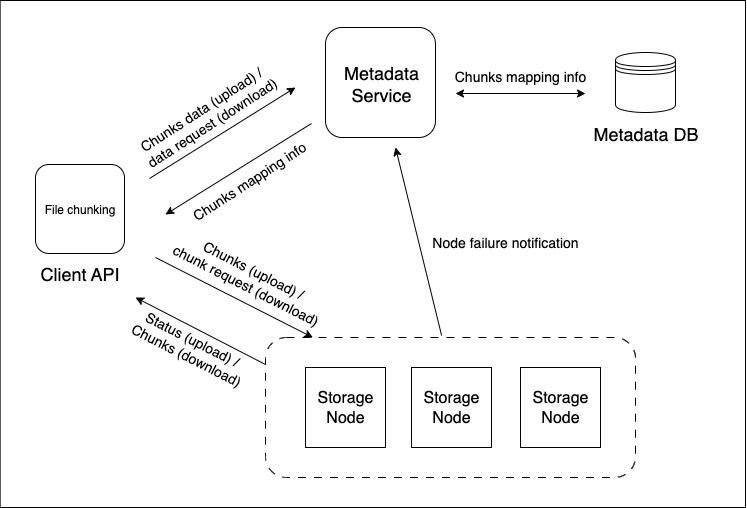
The draw.io diagram docs/Architecture diagram.png in romainyvernes/nimbus-store, before a commit. Source tidied: cells renumbered, new cells last; positions are measured from the earlier drawing's top-left corner, leaving out a move shared by most shapes.
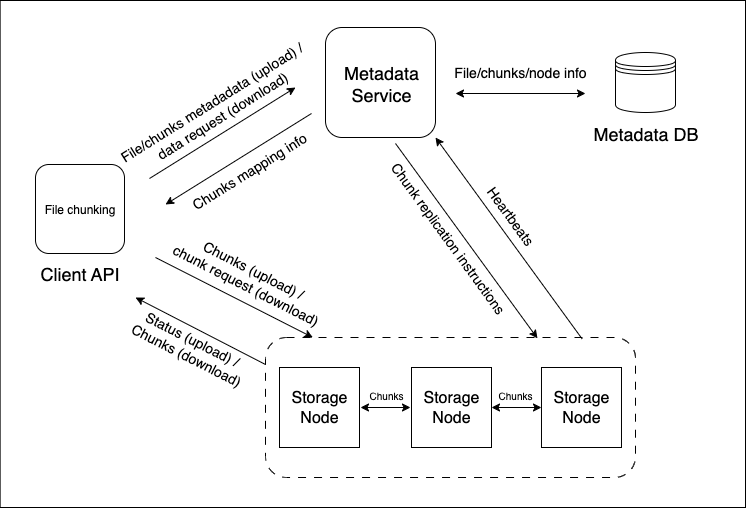
After the commit.

Commit message:
Update architecture diagram

Change to the diagram source:
```diff
@@ -8,8 +8,8 @@
     <mxCell id="3" style="rounded=1;whiteSpace=wrap;html=1;dashed=1;dashPattern=8 8;" parent="1" vertex="1">
       <mxGeometry x="265" y="337" width="370" height="140" as="geometry" />
     </mxCell>
-    <mxCell id="4" value="&lt;font style=&quot;font-size: 14px;&quot;&gt;Chunks data (upload) /&amp;nbsp;&lt;/font&gt;&lt;div&gt;&lt;font style=&quot;font-size: 14px;&quot;&gt;data request (download)&lt;/font&gt;&lt;/div&gt;" style="text;html=1;align=center;verticalAlign=middle;whiteSpace=wrap;rounded=0;rotation=-33;" parent="1" vertex="1">
-      <mxGeometry x="119.6" y="95" width="174.3" height="40" as="geometry" />
+    <mxCell id="4" value="&lt;font style=&quot;font-size: 14px;&quot;&gt;File/chunks metadadata (upload) /&amp;nbsp;&lt;/font&gt;&lt;div&gt;&lt;font style=&quot;font-size: 14px;&quot;&gt;data request (download)&lt;/font&gt;&lt;/div&gt;" style="text;html=1;align=center;verticalAlign=middle;whiteSpace=wrap;rounded=0;rotation=328;" parent="1" vertex="1">
+      <mxGeometry x="104.5" y="88.1" width="225.4" height="40" as="geometry" />
     </mxCell>
     <mxCell id="5" style="endArrow=classic;html=1;rounded=0;startArrow=none;startFill=0;" parent="1" edge="1">
       <mxGeometry relative="1" as="geometry">
@@ -19,12 +19,12 @@
     </mxCell>
     <mxCell id="6" style="endArrow=none;html=1;rounded=0;startArrow=classic;startFill=1;endFill=0;" parent="1" edge="1">
       <mxGeometry relative="1" as="geometry">
-        <mxPoint x="165" y="214" as="sourcePoint" />
-        <mxPoint x="311" y="123" as="targetPoint" />
+        <mxPoint x="165" y="204" as="sourcePoint" />
+        <mxPoint x="311" y="113" as="targetPoint" />
       </mxGeometry>
     </mxCell>
-    <mxCell id="7" value="&lt;font style=&quot;font-size: 14px;&quot;&gt;Chunks mapping info&lt;/font&gt;" style="text;html=1;align=center;verticalAlign=middle;whiteSpace=wrap;rounded=0;rotation=-33;" parent="1" vertex="1">
-      <mxGeometry x="180" y="160.6" width="138" height="40" as="geometry" />
+    <mxCell id="7" value="&lt;font style=&quot;font-size: 14px;&quot;&gt;Chunks mapping info&lt;/font&gt;" style="text;html=1;align=center;verticalAlign=middle;whiteSpace=wrap;rounded=0;rotation=328;" parent="1" vertex="1">
+      <mxGeometry x="180" y="150.6" width="138" height="40" as="geometry" />
     </mxCell>
     <mxCell id="8" style="endArrow=classic;html=1;rounded=0;startArrow=classic;startFill=1;" parent="1" edge="1">
       <mxGeometry relative="1" as="geometry">
@@ -32,8 +32,8 @@
         <mxPoint x="585" y="93" as="targetPoint" />
       </mxGeometry>
     </mxCell>
-    <mxCell id="9" value="&lt;font style=&quot;font-size: 14px;&quot;&gt;Chunks mapping info&lt;/font&gt;" style="text;html=1;align=center;verticalAlign=middle;whiteSpace=wrap;rounded=0;rotation=0;" parent="1" vertex="1">
-      <mxGeometry x="451" y="60" width="138" height="31" as="geometry" />
+    <mxCell id="9" value="&lt;span style=&quot;font-size: 14px;&quot;&gt;File/chunks/node info&lt;/span&gt;" style="text;html=1;align=center;verticalAlign=middle;whiteSpace=wrap;rounded=0;rotation=0;" parent="1" vertex="1">
+      <mxGeometry x="451" y="56" width="138" height="31" as="geometry" />
     </mxCell>
     <mxCell id="10" style="endArrow=classic;html=1;rounded=0;startArrow=none;startFill=0;endFill=1;" parent="1" edge="1" target="3">
       <mxGeometry relative="1" as="geometry">
@@ -41,7 +41,7 @@
       </mxGeometry>
     </mxCell>
     <mxCell id="11" style="group;" parent="1" vertex="1">
-      <mxGeometry x="305" y="367" width="80" height="80" as="geometry" />
+      <mxGeometry x="279" y="367" width="80" height="80" as="geometry" />
     </mxCell>
     <mxCell id="12" style="whiteSpace=wrap;html=1;" parent="11" vertex="1">
       <mxGeometry width="80" height="80" as="geometry" />
@@ -59,7 +59,7 @@
       <mxGeometry y="10" width="80" height="60" as="geometry" />
     </mxCell>
     <mxCell id="17" style="group;" parent="1" vertex="1">
-      <mxGeometry x="520" y="367" width="80" height="80" as="geometry" />
+      <mxGeometry x="541" y="367" width="80" height="80" as="geometry" />
     </mxCell>
     <mxCell id="18" style="whiteSpace=wrap;html=1;" parent="17" vertex="1">
       <mxGeometry width="80" height="80" as="geometry" />
@@ -103,13 +103,36 @@
     <mxCell id="31" value="&lt;font style=&quot;font-size: 14px;&quot;&gt;Status (upload) /&amp;nbsp;&lt;/font&gt;&lt;div&gt;&lt;font style=&quot;font-size: 14px;&quot;&gt;Chunks (download)&lt;/font&gt;&lt;/div&gt;" style="text;html=1;align=center;verticalAlign=middle;whiteSpace=wrap;rounded=0;rotation=27;" parent="1" vertex="1">
       <mxGeometry x="119.6" y="327" width="140" height="40" as="geometry" />
     </mxCell>
-    <mxCell id="32" style="endArrow=classic;html=1;rounded=0;exitX=0.476;exitY=-0.014;exitDx=0;exitDy=0;exitPerimeter=0;" parent="1" edge="1" source="3">
+    <mxCell id="32" style="endArrow=classic;html=1;rounded=0;exitX=0.856;exitY=0.011;exitDx=0;exitDy=0;exitPerimeter=0;" parent="1" edge="1" source="3">
       <mxGeometry relative="1" as="geometry">
-        <mxPoint x="395" y="147" as="targetPoint" />
+        <mxPoint x="435" y="137" as="targetPoint" />
       </mxGeometry>
     </mxCell>
-    <mxCell id="33" value="Node failure notification" style="text;html=1;align=center;verticalAlign=middle;whiteSpace=wrap;rounded=0;fontSize=14;" parent="1" vertex="1">
-      <mxGeometry x="425" y="227" width="160" height="30" as="geometry" />
+    <mxCell id="33" value="Heartbeats" style="text;html=1;align=center;verticalAlign=middle;whiteSpace=wrap;rounded=0;fontSize=14;rotation=54;" parent="1" vertex="1">
+      <mxGeometry x="430" y="201" width="160" height="30" as="geometry" />
     </mxCell>
+    <mxCell id="34" style="endArrow=classic;html=1;rounded=0;strokeColor=default;entryX=0.735;entryY=0.006;entryDx=0;entryDy=0;entryPerimeter=0;" parent="1" edge="1" target="3">
+      <mxGeometry relative="1" as="geometry">
+        <mxPoint x="395" y="143" as="sourcePoint" />
+      </mxGeometry>
+    </mxCell>
+    <mxCell id="35" value="Chunk replication instructions" style="text;html=1;align=center;verticalAlign=middle;whiteSpace=wrap;rounded=0;fontSize=14;rotation=54;" parent="1" vertex="1">
+      <mxGeometry x="354.8" y="223.1" width="185" height="30" as="geometry" />
+    </mxCell>
+    <mxCell id="36" style="endArrow=classic;startArrow=classic;html=1;rounded=0;exitX=1;exitY=0.5;exitDx=0;exitDy=0;entryX=0;entryY=0.5;entryDx=0;entryDy=0;" parent="1" edge="1" source="16" target="19">
+      <mxGeometry relative="1" as="geometry" />
+    </mxCell>
+    <mxCell id="37" style="endArrow=classic;startArrow=classic;html=1;rounded=0;exitX=1;exitY=0.5;exitDx=0;exitDy=0;entryX=0;entryY=0.5;entryDx=0;entryDy=0;" parent="1" edge="1">
+      <mxGeometry relative="1" as="geometry">
+        <mxPoint x="360" y="407" as="sourcePoint" />
+        <mxPoint x="410" y="407" as="targetPoint" />
+      </mxGeometry>
+    </mxCell>
+    <mxCell id="38" value="&lt;font style=&quot;font-size: 10px;&quot;&gt;Chunks&lt;/font&gt;" style="text;html=1;align=center;verticalAlign=middle;whiteSpace=wrap;rounded=0;" parent="1" vertex="1">
+      <mxGeometry x="485" y="380" width="60" height="30" as="geometry" />
+    </mxCell>
+    <mxCell id="39" value="&lt;font style=&quot;font-size: 10px;&quot;&gt;Chunks&lt;/font&gt;" style="text;html=1;align=center;verticalAlign=middle;whiteSpace=wrap;rounded=0;" parent="1" vertex="1">
+      <mxGeometry x="356" y="380" width="60" height="30" as="geometry" />
+    </mxCell>
   </root>
 </mxGraphModel>
```
